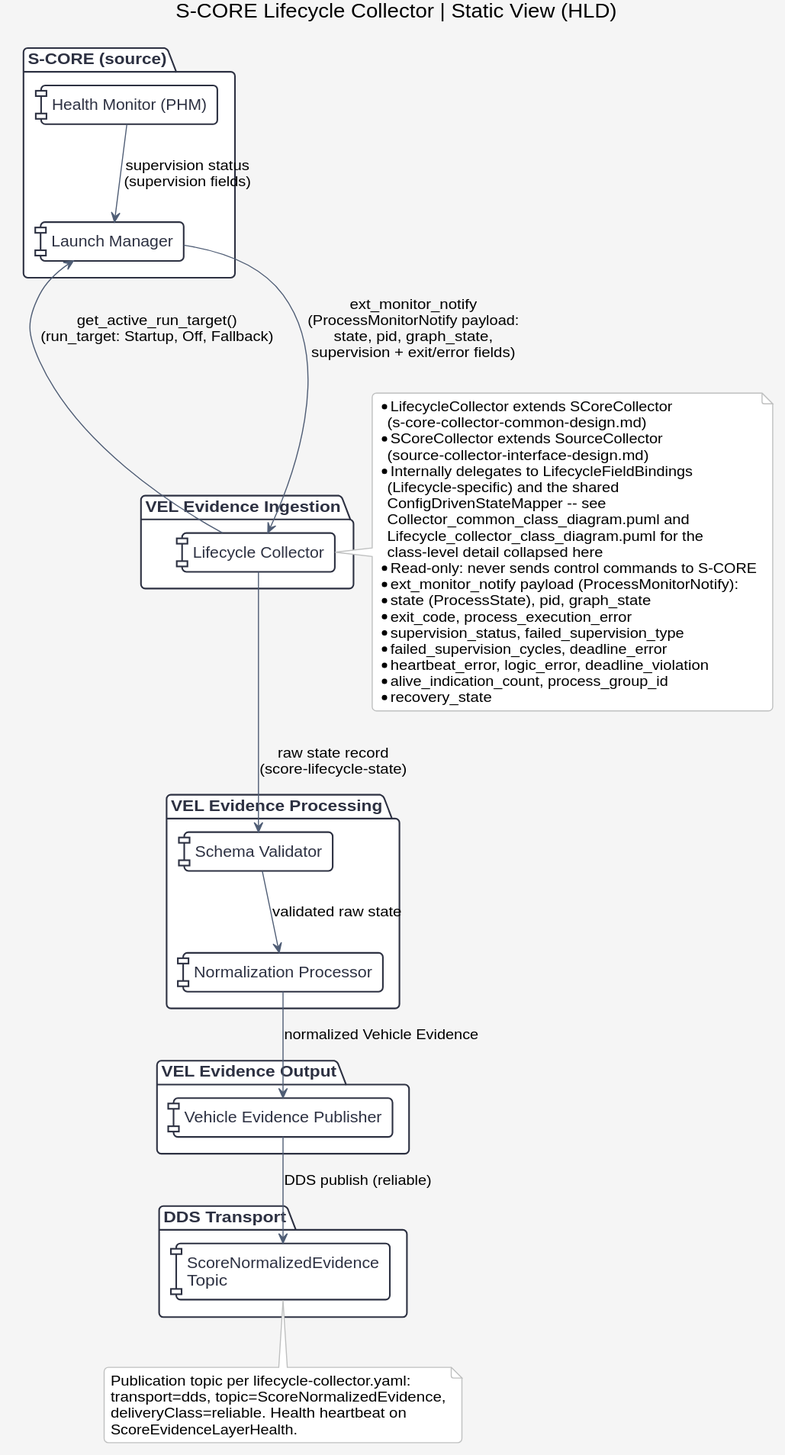
Above: docs/features/assets/lifecycle/Lifecycle_collector_static_view.svg in akshayg0314/vel (PlantUML), before the change.
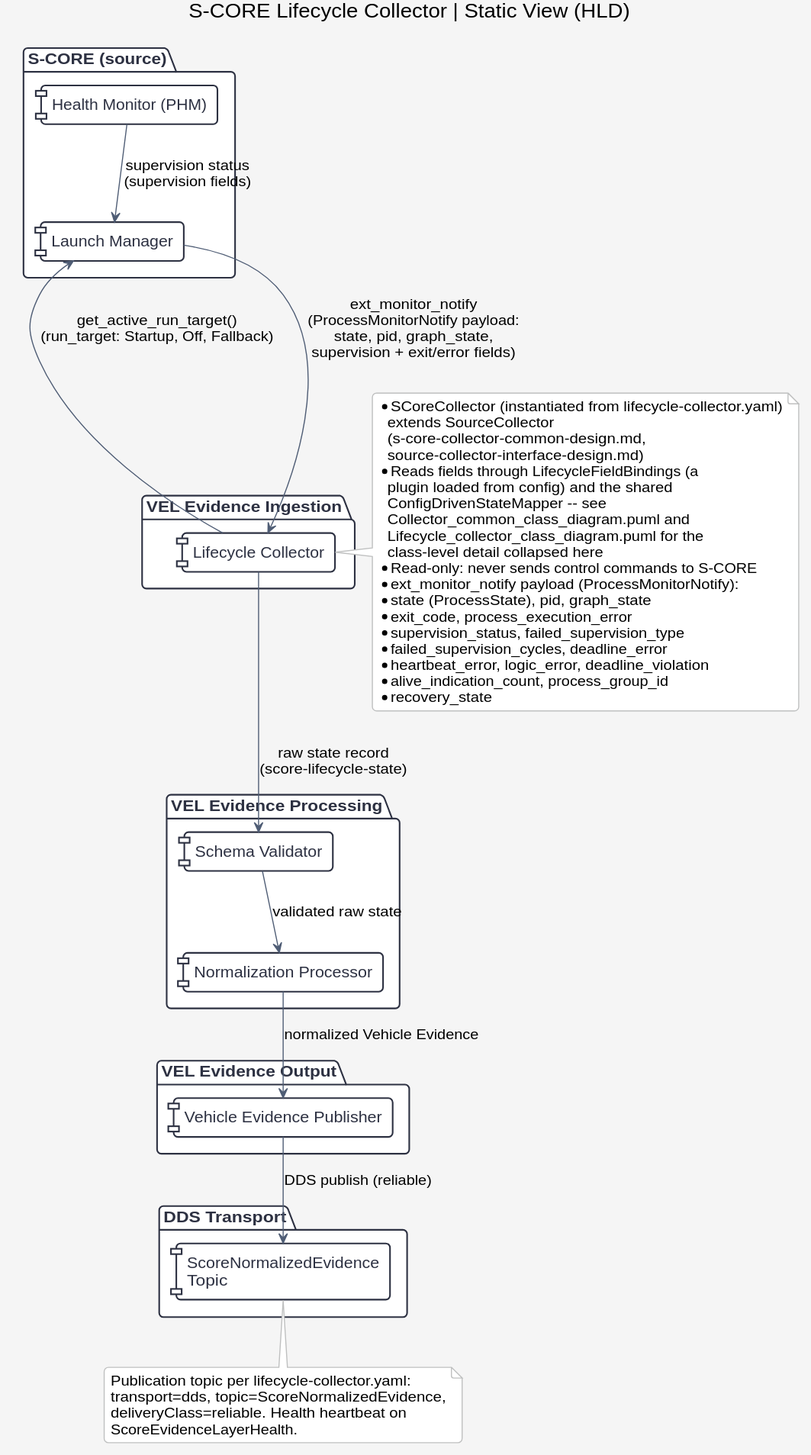
The same file after the commit.

The edit, as a diff of the source:
```diff
@@ -45,12 +45,12 @@
 Publisher --> Topic : DDS publish (reliable)
 
 note right of Collector
-  * LifecycleCollector extends SCoreCollector
-    (s-core-collector-common-design.md)
-  * SCoreCollector extends SourceCollector
-    (source-collector-interface-design.md)
-  * Internally delegates to LifecycleFieldBindings
-    (Lifecycle-specific) and the shared
+  * SCoreCollector (instantiated from lifecycle-collector.yaml)
+    extends SourceCollector
+    (s-core-collector-common-design.md,
+    source-collector-interface-design.md)
+  * Reads fields through LifecycleFieldBindings (a
+    plugin loaded from config) and the shared
     ConfigDrivenStateMapper -- see
     Collector_common_class_diagram.puml and
     Lifecycle_collector_class_diagram.puml for the
```
